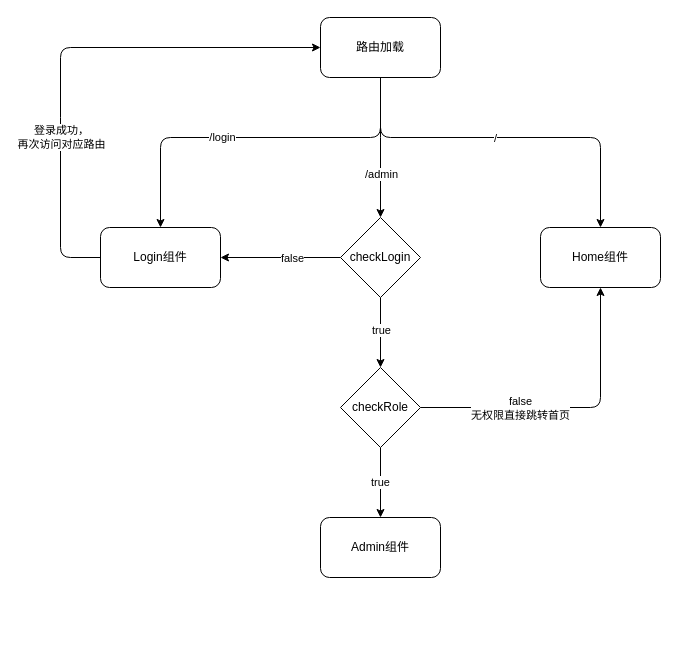
This is middleware.drawio from justbecoder/react-router-middleware-plus, a draw.io file, before an edit. Source tidied: cells renumbered, new cells numbered last; positions are measured from the earlier drawing's top-left corner, leaving out a move shared by most shapes. Both pictures are drawn from the tidied source at 100%, with x=0, y=0 at pixel (60, 17).
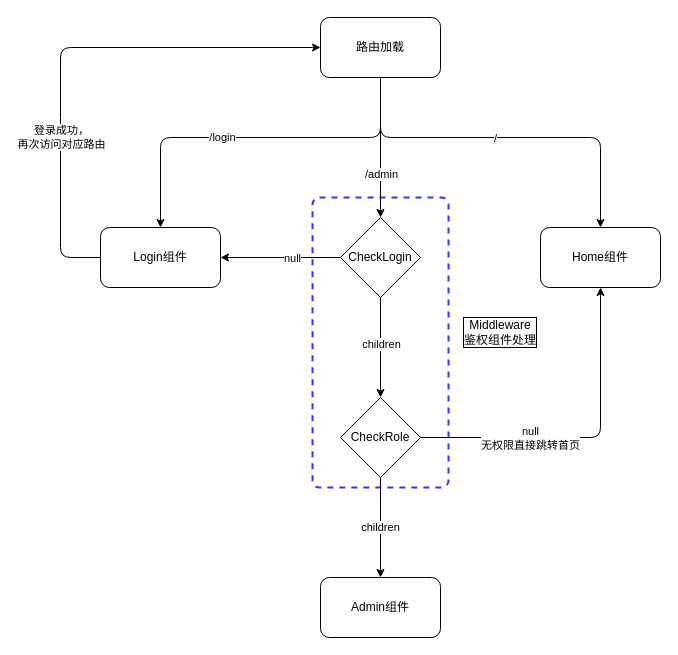
The same page after the edit.

The change refers to these unchanged cells:
```xml
<mxCell id="12" style="edgeStyle=none;html=1;" parent="1" edge="1" source="16" target="20">
  <mxGeometry relative="1" as="geometry" />
</mxCell>
<mxCell id="14" style="edgeStyle=none;html=1;exitX=0;exitY=0.5;exitDx=0;exitDy=0;entryX=1;entryY=0.5;entryDx=0;entryDy=0;" parent="1" edge="1" source="16" target="9">
  <mxGeometry relative="1" as="geometry" />
</mxCell>
<mxCell id="22" value="Home组件" style="rounded=1;whiteSpace=wrap;html=1;" parent="1" vertex="1">
  <mxGeometry x="480" y="210" width="120" height="60" as="geometry" />
</mxCell>
```

Diff of the diagram source:
```diff
@@
+    <mxCell id="23" style="rounded=1;whiteSpace=wrap;html=1;absoluteArcSize=1;arcSize=14;strokeWidth=2;labelBorderColor=default;horizontal=1;fillColor=none;dashed=1;strokeColor=#3333FF;" parent="1" vertex="1">
+      <mxGeometry x="252" y="180" width="136" height="290" as="geometry" />
+    </mxCell>
@@
-    <mxCell id="13" value="true" style="edgeLabel;html=1;align=center;verticalAlign=middle;" parent="12" vertex="1">
+    <mxCell id="13" value="children" style="edgeLabel;html=1;align=center;verticalAlign=middle;" parent="12" vertex="1">
       <mxGeometry x="-0.08" relative="1" as="geometry" />
     </mxCell>
@@
-    <mxCell id="15" value="false" style="edgeLabel;html=1;align=center;verticalAlign=middle;" parent="14" vertex="1">
+    <mxCell id="15" value="null" style="edgeLabel;html=1;align=center;verticalAlign=middle;" parent="14" vertex="1">
       <mxGeometry x="-0.18" y="1" relative="1" as="geometry">
         <mxPoint y="-1" as="offset" />
       </mxGeometry>
     </mxCell>
-    <mxCell id="16" value="checkLogin" style="rhombus;whiteSpace=wrap;html=1;" parent="1" vertex="1">
+    <mxCell id="16" value="CheckLogin" style="rhombus;whiteSpace=wrap;html=1;" parent="1" vertex="1">
       <mxGeometry x="280" y="200" width="80" height="80" as="geometry" />
     </mxCell>
-    <mxCell id="17" value="true" style="edgeStyle=none;html=1;entryX=0.5;entryY=0;entryDx=0;entryDy=0;" parent="1" edge="1" source="20" target="21">
+    <mxCell id="17" value="children" style="edgeStyle=none;html=1;entryX=0.5;entryY=0;entryDx=0;entryDy=0;" parent="1" edge="1" source="20" target="21">
       <mxGeometry relative="1" as="geometry" />
     </mxCell>
     <mxCell id="18" style="edgeStyle=none;html=1;exitX=1;exitY=0.5;exitDx=0;exitDy=0;entryX=0.5;entryY=1;entryDx=0;entryDy=0;" parent="1" edge="1" source="20" target="22">
       <mxGeometry relative="1" as="geometry">
         <Array as="points">
-          <mxPoint x="540" y="390" />
+          <mxPoint x="540" y="420" />
         </Array>
       </mxGeometry>
     </mxCell>
-    <mxCell id="19" value="false&lt;br&gt;无权限直接跳转首页" style="edgeLabel;html=1;align=center;verticalAlign=middle;" parent="18" vertex="1">
+    <mxCell id="19" value="null&lt;br&gt;无权限直接跳转首页" style="edgeLabel;html=1;align=center;verticalAlign=middle;" parent="18" vertex="1">
       <mxGeometry x="-0.34" relative="1" as="geometry" />
     </mxCell>
-    <mxCell id="20" value="checkRole" style="rhombus;whiteSpace=wrap;html=1;" parent="1" vertex="1">
-      <mxGeometry x="280" y="350" width="80" height="80" as="geometry" />
+    <mxCell id="20" value="CheckRole" style="rhombus;whiteSpace=wrap;html=1;" parent="1" vertex="1">
+      <mxGeometry x="280" y="380" width="80" height="80" as="geometry" />
     </mxCell>
     <mxCell id="21" value="Admin组件" style="rounded=1;whiteSpace=wrap;html=1;" parent="1" vertex="1">
-      <mxGeometry x="260" y="500" width="120" height="60" as="geometry" />
+      <mxGeometry x="260" y="560" width="120" height="60" as="geometry" />
     </mxCell>
@@
+    <mxCell id="24" value="Middleware&lt;br&gt;鉴权组件处理" style="text;html=1;strokeColor=none;fillColor=none;align=center;verticalAlign=middle;whiteSpace=wrap;rounded=0;dashed=1;labelBorderColor=default;" parent="1" vertex="1">
+      <mxGeometry x="400" y="300" width="80" height="30" as="geometry" />
+    </mxCell>
```
